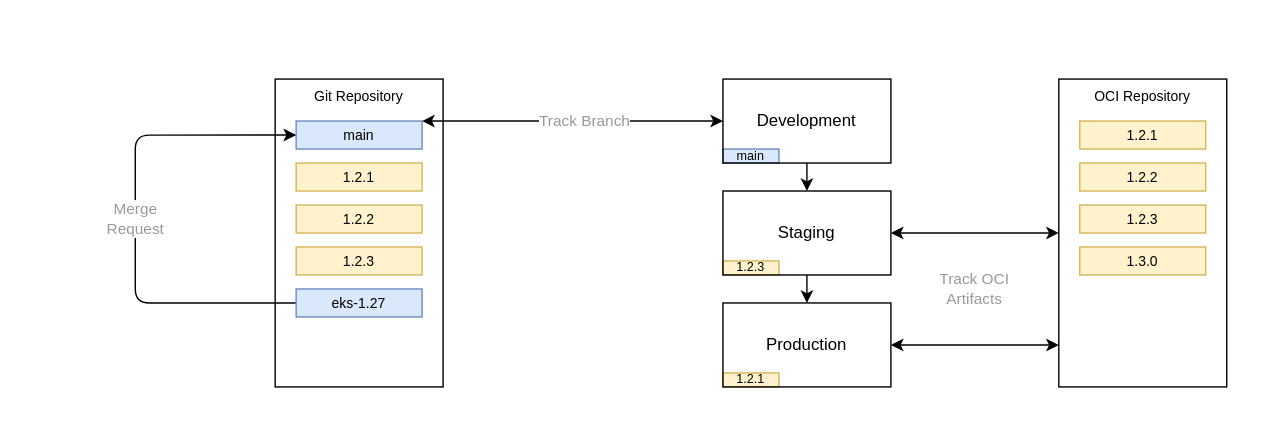
Earlier version of the draw.io export docs/change-promotion-platform-b.drawio.svg (danielloader/kubernetes-sdlc). Source tidied: cells renumbered, new cells last; positions are measured from the earlier drawing's top-left corner, leaving out a move shared by most shapes.
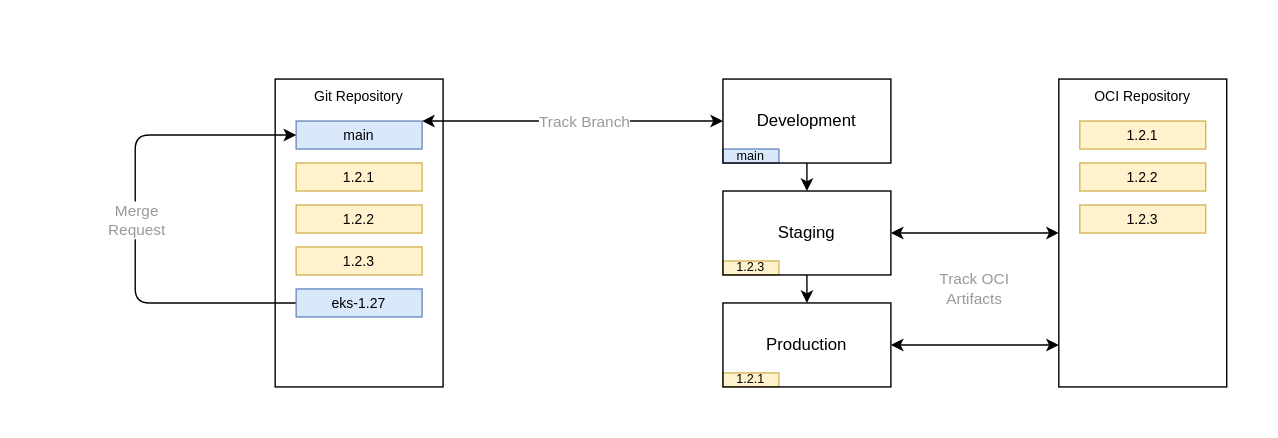
The same file after the commit.

What changed in the source:
```diff
@@ -66,9 +66,6 @@
     <mxCell id="20" value="eks-1.27" style="rounded=0;whiteSpace=wrap;html=1;fontSize=10;fillColor=#dae8fc;strokeColor=#6c8ebf;" parent="1" vertex="1">
       <mxGeometry x="195" y="190" width="90" height="20" as="geometry" />
     </mxCell>
-    <mxCell id="21" value="1.3.0" style="rounded=0;whiteSpace=wrap;html=1;fontSize=10;fillColor=#fff2cc;strokeColor=#d6b656;" parent="1" vertex="1">
-      <mxGeometry x="755" y="160" width="90" height="20" as="geometry" />
-    </mxCell>
     <mxCell id="22" value="main" style="text;html=1;strokeColor=#6c8ebf;fillColor=#dae8fc;align=center;verticalAlign=middle;whiteSpace=wrap;rounded=0;fontSize=9;" parent="1" vertex="1">
       <mxGeometry x="500" y="90" width="40" height="10" as="geometry" />
     </mxCell>
```
